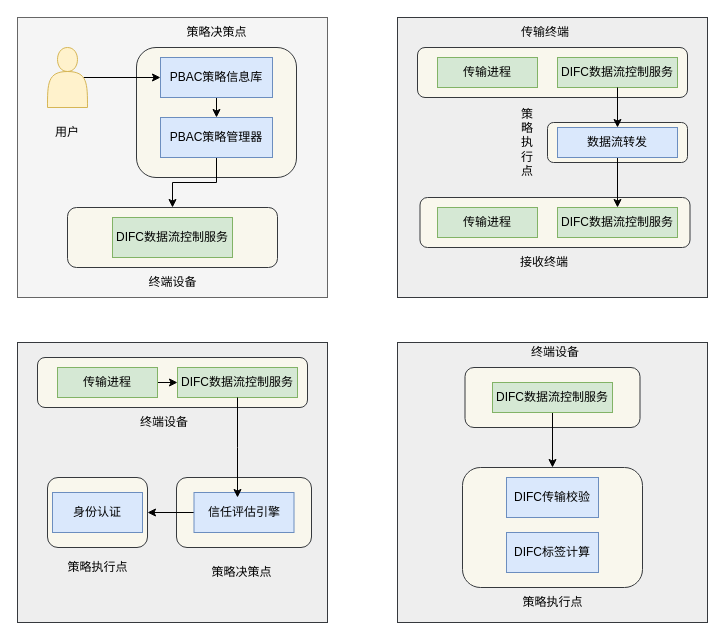
Above: 零信任执行流程.drawio in ZhuShouCheng/notebook (draw.io), before the change. Source tidied: cells renumbered, new cells numbered last; positions are measured from the earlier drawing's top-left corner, leaving out a move shared by most shapes. Both pictures are drawn from the tidied source at 100%, with x=0, y=0 at pixel (17, 17).
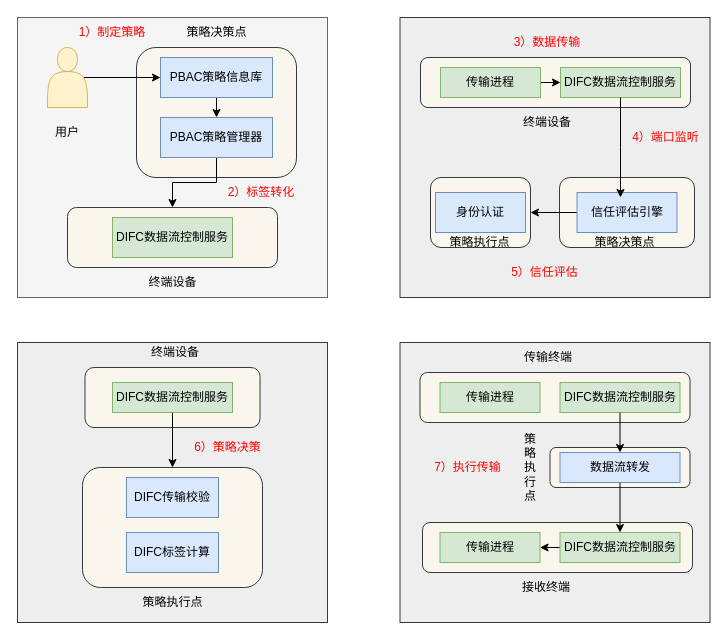
After the change.

Commit message:
更新零信任执行流程.drawio

Diff of the diagram source:
```diff
@@
     <mxCell id="2" style="rounded=0;whiteSpace=wrap;html=1;fillColor=#eeeeee;strokeColor=#36393d;" parent="1" vertex="1">
-      <mxGeometry y="325" width="310" height="280" as="geometry" />
+      <mxGeometry x="382.5" width="310" height="280" as="geometry" />
     </mxCell>
@@
     <mxCell id="16" style="rounded=1;whiteSpace=wrap;html=1;fillColor=#f9f7ed;strokeColor=#36393d;" parent="1" vertex="1">
-      <mxGeometry x="20" y="340" width="270" height="50" as="geometry" />
+      <mxGeometry x="403" y="40" width="270" height="50" as="geometry" />
     </mxCell>
@@
     <mxCell id="18" value="传输进程" style="rounded=0;whiteSpace=wrap;html=1;fillColor=#d5e8d4;strokeColor=#82b366;" parent="1" vertex="1">
-      <mxGeometry x="40" y="350" width="100" height="30" as="geometry" />
+      <mxGeometry x="423" y="50" width="100" height="30" as="geometry" />
     </mxCell>
     <mxCell id="19" value="DIFC数据流控制服务" style="rounded=0;whiteSpace=wrap;html=1;fillColor=#d5e8d4;strokeColor=#82b366;" parent="1" vertex="1">
-      <mxGeometry x="160" y="350" width="120" height="30" as="geometry" />
+      <mxGeometry x="543" y="50" width="120" height="30" as="geometry" />
     </mxCell>
     <mxCell id="20" style="rounded=1;whiteSpace=wrap;html=1;fillColor=#f9f7ed;strokeColor=#36393d;" parent="1" vertex="1">
-      <mxGeometry x="159" y="460" width="135" height="70" as="geometry" />
+      <mxGeometry x="542" y="160" width="135" height="70" as="geometry" />
     </mxCell>
@@
     <mxCell id="22" value="信任评估引擎" style="rounded=0;whiteSpace=wrap;html=1;fillColor=#dae8fc;strokeColor=#6c8ebf;" parent="1" vertex="1">
-      <mxGeometry x="176.5" y="475" width="100" height="40" as="geometry" />
+      <mxGeometry x="559.5" y="175" width="100" height="40" as="geometry" />
     </mxCell>
     <mxCell id="23" value="策略决策点" style="text;html=1;strokeColor=none;fillColor=none;align=center;verticalAlign=middle;whiteSpace=wrap;rounded=0;" parent="1" vertex="1">
-      <mxGeometry x="189" y="540" width="71" height="30" as="geometry" />
+      <mxGeometry x="571.5" y="210" width="71" height="30" as="geometry" />
     </mxCell>
     <mxCell id="24" value="终端设备" style="text;html=1;strokeColor=none;fillColor=none;align=center;verticalAlign=middle;whiteSpace=wrap;rounded=0;" parent="1" vertex="1">
-      <mxGeometry x="116.5" y="390" width="60" height="30" as="geometry" />
+      <mxGeometry x="499.5" y="90" width="60" height="30" as="geometry" />
     </mxCell>
     <mxCell id="25" style="rounded=1;whiteSpace=wrap;html=1;fillColor=#f9f7ed;strokeColor=#36393d;" parent="1" vertex="1">
-      <mxGeometry x="30" y="460" width="100" height="70" as="geometry" />
+      <mxGeometry x="413" y="160" width="100" height="70" as="geometry" />
     </mxCell>
     <mxCell id="26" value="身份认证" style="rounded=0;whiteSpace=wrap;html=1;fillColor=#dae8fc;strokeColor=#6c8ebf;" parent="1" vertex="1">
-      <mxGeometry x="35" y="475" width="90" height="40" as="geometry" />
+      <mxGeometry x="418" y="175" width="90" height="40" as="geometry" />
     </mxCell>
     <mxCell id="27" value="策略执行点" style="text;html=1;strokeColor=none;fillColor=none;align=center;verticalAlign=middle;whiteSpace=wrap;rounded=0;" parent="1" vertex="1">
-      <mxGeometry x="44.5" y="535" width="71" height="30" as="geometry" />
+      <mxGeometry x="427" y="210" width="71" height="30" as="geometry" />
     </mxCell>
     <mxCell id="28" style="rounded=0;whiteSpace=wrap;html=1;fillColor=#eeeeee;strokeColor=#36393d;" parent="1" vertex="1">
-      <mxGeometry x="380" y="325" width="310" height="280" as="geometry" />
+      <mxGeometry y="325" width="310" height="280" as="geometry" />
     </mxCell>
     <mxCell id="29" style="rounded=1;whiteSpace=wrap;html=1;fillColor=#f9f7ed;strokeColor=#36393d;" parent="1" vertex="1">
-      <mxGeometry x="447.5" y="350" width="175" height="60" as="geometry" />
+      <mxGeometry x="67.5" y="350" width="175" height="60" as="geometry" />
     </mxCell>
@@
     <mxCell id="31" value="DIFC数据流控制服务" style="rounded=0;whiteSpace=wrap;html=1;fillColor=#d5e8d4;strokeColor=#82b366;" parent="1" vertex="1">
-      <mxGeometry x="475" y="365" width="120" height="30" as="geometry" />
+      <mxGeometry x="95" y="365" width="120" height="30" as="geometry" />
     </mxCell>
     <mxCell id="32" style="rounded=1;whiteSpace=wrap;html=1;fillColor=#f9f7ed;strokeColor=#36393d;" parent="1" vertex="1">
-      <mxGeometry x="445" y="450" width="180" height="120" as="geometry" />
+      <mxGeometry x="65" y="450" width="180" height="120" as="geometry" />
     </mxCell>
     <mxCell id="33" value="终端设备" style="text;html=1;strokeColor=none;fillColor=none;align=center;verticalAlign=middle;whiteSpace=wrap;rounded=0;" parent="1" vertex="1">
-      <mxGeometry x="507.5" y="320" width="60" height="30" as="geometry" />
+      <mxGeometry x="127.5" y="320" width="60" height="30" as="geometry" />
     </mxCell>
     <mxCell id="34" value="DIFC传输校验" style="rounded=0;whiteSpace=wrap;html=1;fillColor=#dae8fc;strokeColor=#6c8ebf;" parent="1" vertex="1">
-      <mxGeometry x="489" y="460" width="92" height="40" as="geometry" />
+      <mxGeometry x="109" y="460" width="92" height="40" as="geometry" />
     </mxCell>
     <mxCell id="35" value="DIFC标签计算" style="rounded=0;whiteSpace=wrap;html=1;fillColor=#dae8fc;strokeColor=#6c8ebf;" parent="1" vertex="1">
-      <mxGeometry x="489" y="515" width="92" height="40" as="geometry" />
+      <mxGeometry x="109" y="515" width="92" height="40" as="geometry" />
     </mxCell>
     <mxCell id="36" value="策略执行点" style="text;html=1;align=center;verticalAlign=middle;strokeColor=none;fillColor=none;" parent="1" vertex="1">
-      <mxGeometry x="495" y="570" width="80" height="30" as="geometry" />
+      <mxGeometry x="115" y="570" width="80" height="30" as="geometry" />
     </mxCell>
     <mxCell id="37" style="rounded=0;whiteSpace=wrap;html=1;fillColor=#eeeeee;strokeColor=#36393d;" parent="1" vertex="1">
-      <mxGeometry x="380" width="310" height="280" as="geometry" />
+      <mxGeometry x="382.5" y="325" width="310" height="280" as="geometry" />
     </mxCell>
     <mxCell id="38" style="rounded=1;whiteSpace=wrap;html=1;fillColor=#f9f7ed;strokeColor=#36393d;" parent="1" vertex="1">
-      <mxGeometry x="400" y="30" width="270" height="50" as="geometry" />
+      <mxGeometry x="402.5" y="355" width="270" height="50" as="geometry" />
     </mxCell>
     <mxCell id="39" value="传输进程" style="rounded=0;whiteSpace=wrap;html=1;fillColor=#d5e8d4;strokeColor=#82b366;" parent="1" vertex="1">
-      <mxGeometry x="420" y="40" width="100" height="30" as="geometry" />
+      <mxGeometry x="422.5" y="365" width="100" height="30" as="geometry" />
     </mxCell>
     <mxCell id="40" value="DIFC数据流控制服务" style="rounded=0;whiteSpace=wrap;html=1;fillColor=#d5e8d4;strokeColor=#82b366;" parent="1" vertex="1">
-      <mxGeometry x="540" y="40" width="120" height="30" as="geometry" />
+      <mxGeometry x="542.5" y="365" width="120" height="30" as="geometry" />
     </mxCell>
     <mxCell id="41" value="传输终端" style="text;html=1;strokeColor=none;fillColor=none;align=center;verticalAlign=middle;whiteSpace=wrap;rounded=0;" parent="1" vertex="1">
-      <mxGeometry x="498" width="60" height="30" as="geometry" />
+      <mxGeometry x="500.5" y="325" width="60" height="30" as="geometry" />
     </mxCell>
     <mxCell id="42" style="rounded=1;whiteSpace=wrap;html=1;fillColor=#f9f7ed;strokeColor=#36393d;" parent="1" vertex="1">
-      <mxGeometry x="402.5" y="180" width="270" height="50" as="geometry" />
+      <mxGeometry x="405" y="505" width="270" height="50" as="geometry" />
     </mxCell>
     <mxCell id="43" value="传输进程" style="rounded=0;whiteSpace=wrap;html=1;fillColor=#d5e8d4;strokeColor=#82b366;" parent="1" vertex="1">
-      <mxGeometry x="420" y="190" width="100" height="30" as="geometry" />
+      <mxGeometry x="422.5" y="515" width="100" height="30" as="geometry" />
     </mxCell>
+    <mxCell id="52" style="edgeStyle=orthogonalEdgeStyle;rounded=0;jettySize=auto;html=1;exitX=0;exitY=0.5;exitDx=0;exitDy=0;entryX=1;entryY=0.5;entryDx=0;entryDy=0;" parent="1" edge="1" source="44" target="43">
+      <mxGeometry relative="1" as="geometry" />
+    </mxCell>
     <mxCell id="44" value="DIFC数据流控制服务" style="rounded=0;whiteSpace=wrap;html=1;fillColor=#d5e8d4;strokeColor=#82b366;" parent="1" vertex="1">
-      <mxGeometry x="540" y="190" width="120" height="30" as="geometry" />
+      <mxGeometry x="542.5" y="515" width="120" height="30" as="geometry" />
     </mxCell>
     <mxCell id="45" value="接收终端" style="text;html=1;strokeColor=none;fillColor=none;align=center;verticalAlign=middle;whiteSpace=wrap;rounded=0;" parent="1" vertex="1">
-      <mxGeometry x="496.5" y="230" width="60" height="30" as="geometry" />
+      <mxGeometry x="499" y="555" width="60" height="30" as="geometry" />
     </mxCell>
     <mxCell id="46" style="rounded=1;whiteSpace=wrap;html=1;fillColor=#f9f7ed;strokeColor=#36393d;" parent="1" vertex="1">
-      <mxGeometry x="530" y="105" width="140" height="40" as="geometry" />
+      <mxGeometry x="532.5" y="430" width="140" height="40" as="geometry" />
     </mxCell>
@@
     <mxCell id="48" value="数据流转发" style="rounded=0;whiteSpace=wrap;html=1;fillColor=#dae8fc;strokeColor=#6c8ebf;" parent="1" vertex="1">
-      <mxGeometry x="540" y="110" width="120" height="30" as="geometry" />
+      <mxGeometry x="542.5" y="435" width="120" height="30" as="geometry" />
     </mxCell>
@@
     <mxCell id="50" value="策略执行点" style="text;html=1;strokeColor=none;fillColor=none;align=center;verticalAlign=middle;whiteSpace=wrap;rounded=0;" parent="1" vertex="1">
-      <mxGeometry x="500" y="90" width="20" height="70" as="geometry" />
+      <mxGeometry x="502.5" y="415" width="20" height="70" as="geometry" />
     </mxCell>
     <mxCell id="51" style="edgeStyle=orthogonalEdgeStyle;rounded=0;jettySize=auto;html=1;exitX=0.5;exitY=1;exitDx=0;exitDy=0;" parent="1" edge="1" source="19">
       <mxGeometry relative="1" as="geometry">
-        <mxPoint x="220" y="480" as="targetPoint" />
+        <mxPoint x="603" y="180" as="targetPoint" />
       </mxGeometry>
     </mxCell>
+    <mxCell id="53" value="&lt;font color=&quot;#ff0000&quot;&gt;1）制定策略&lt;/font&gt;" style="text;html=1;strokeColor=none;fillColor=none;align=center;verticalAlign=middle;whiteSpace=wrap;rounded=0;" parent="1" vertex="1">
+      <mxGeometry x="60" width="70" height="30" as="geometry" />
+    </mxCell>
+    <mxCell id="54" value="&lt;font color=&quot;#ff0000&quot;&gt;2）标签转化&lt;/font&gt;" style="text;html=1;strokeColor=none;fillColor=none;align=center;verticalAlign=middle;whiteSpace=wrap;rounded=0;" parent="1" vertex="1">
+      <mxGeometry x="209" y="160" width="70" height="30" as="geometry" />
+    </mxCell>
+    <mxCell id="55" value="&lt;font color=&quot;#ff0000&quot;&gt;3）数据传输&lt;/font&gt;" style="text;html=1;strokeColor=none;fillColor=none;align=center;verticalAlign=middle;whiteSpace=wrap;rounded=0;" parent="1" vertex="1">
+      <mxGeometry x="494.5" y="10" width="70" height="30" as="geometry" />
+    </mxCell>
+    <mxCell id="56" value="&lt;font color=&quot;#ff0000&quot;&gt;4）端口监听&lt;/font&gt;" style="text;html=1;align=center;verticalAlign=middle;strokeColor=none;fillColor=none;" parent="1" vertex="1">
+      <mxGeometry x="602.5" y="105" width="90" height="30" as="geometry" />
+    </mxCell>
+    <mxCell id="57" value="&lt;font color=&quot;#ff0000&quot;&gt;5）信任评估&lt;/font&gt;" style="text;html=1;align=center;verticalAlign=middle;strokeColor=none;fillColor=none;" parent="1" vertex="1">
+      <mxGeometry x="481.5" y="240" width="90" height="30" as="geometry" />
+    </mxCell>
+    <mxCell id="58" value="&lt;font color=&quot;#ff0000&quot;&gt;6）策略决策&lt;/font&gt;" style="text;html=1;align=center;verticalAlign=middle;strokeColor=none;fillColor=none;" parent="1" vertex="1">
+      <mxGeometry x="165" y="415" width="90" height="30" as="geometry" />
+    </mxCell>
+    <mxCell id="59" value="&lt;font color=&quot;#ff0000&quot;&gt;7）执行传输&lt;/font&gt;" style="text;html=1;align=center;verticalAlign=middle;strokeColor=none;fillColor=none;" parent="1" vertex="1">
+      <mxGeometry x="404.5" y="435" width="90" height="30" as="geometry" />
+    </mxCell>
```
